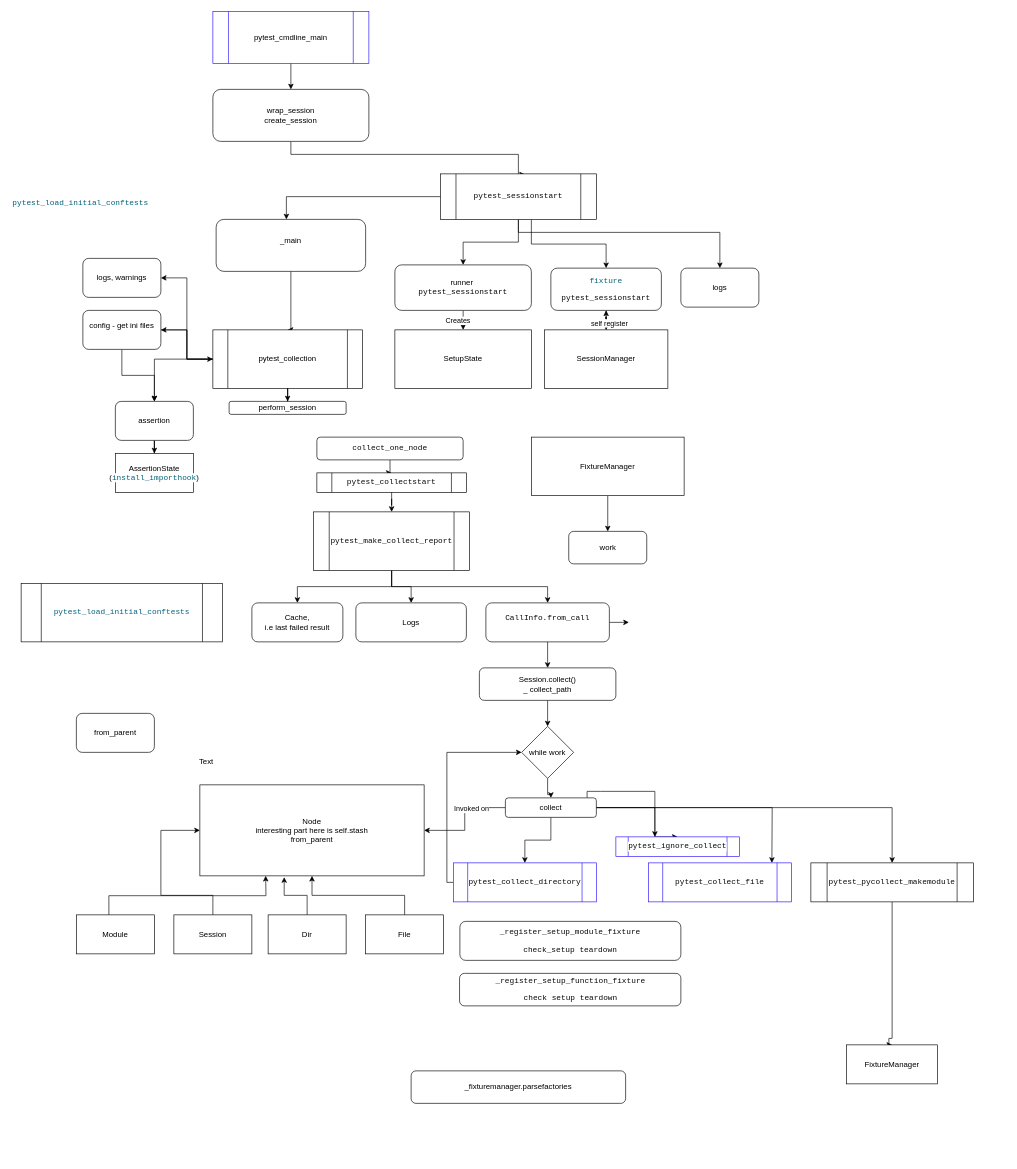
Above: Диаграмма без названия.drawio in Tusenka/test (draw.io), before the change. Source tidied: cells renumbered, new cells numbered last; positions are measured from the earlier drawing's top-left corner, leaving out a move shared by most shapes. Both pictures are drawn from the tidied source at 65%, with x=0, y=0 at pixel (11, 11).
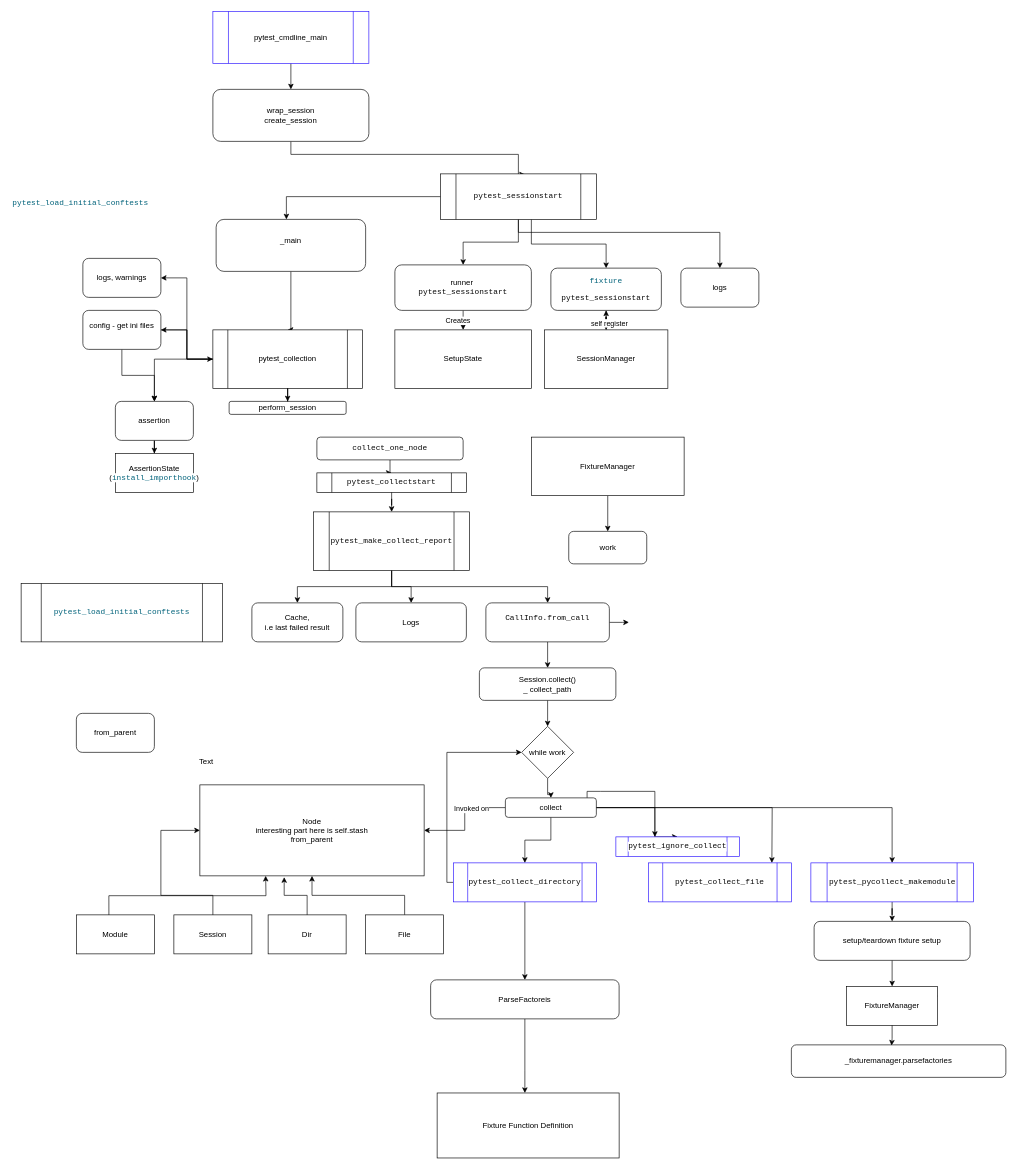
The same page after the edit.

Unchanged cells that the change refers to:
```xml
<mxCell id="60" value="&lt;div style=&quot;background-color:#ffffff;color:#080808&quot;&gt;&lt;pre style=&quot;font-family:'JetBrains Mono',monospace;font-size:9,0pt;&quot;&gt;pytest_collect_directory&lt;/pre&gt;&lt;/div&gt;" style="shape=process;whiteSpace=wrap;html=1;backgroundOutline=1;strokeColor=#2911FF;" parent="1" vertex="1">
  <mxGeometry x="680" y="1310" width="220" height="60" as="geometry" />
</mxCell>
```

Diff of the diagram source:
```diff
@@
+    <mxCell id="87" style="edgeStyle=orthogonalEdgeStyle;rounded=0;jettySize=auto;html=1;entryX=0.5;entryY=0;entryDx=0;entryDy=0;" parent="1" edge="1" source="60" target="93">
+      <mxGeometry relative="1" as="geometry" />
+    </mxCell>
@@
-    <mxCell id="80" style="edgeStyle=orthogonalEdgeStyle;rounded=0;jettySize=auto;html=1;entryX=0.5;entryY=0;entryDx=0;entryDy=0;" parent="1" edge="1" source="81" target="83">
-      <mxGeometry relative="1" as="geometry">
-        <Array as="points">
-          <mxPoint x="1355" y="1580" />
-          <mxPoint x="1350" y="1580" />
-        </Array>
-      </mxGeometry>
-    </mxCell>
+    <mxCell id="88" style="edgeStyle=orthogonalEdgeStyle;rounded=0;jettySize=auto;html=1;entryX=0.5;entryY=0;entryDx=0;entryDy=0;" parent="1" edge="1" source="81" target="91">
+      <mxGeometry relative="1" as="geometry" />
+    </mxCell>
-    <mxCell id="81" value="&lt;div style=&quot;background-color:#ffffff;color:#080808&quot;&gt;&lt;pre style=&quot;font-family:'JetBrains Mono',monospace;font-size:9,0pt;&quot;&gt;pytest_pycollect_makemodule&lt;/pre&gt;&lt;/div&gt;" style="shape=process;whiteSpace=wrap;html=1;backgroundOutline=1;" parent="1" vertex="1">
+    <mxCell id="81" value="&lt;div style=&quot;background-color:#ffffff;color:#080808&quot;&gt;&lt;pre style=&quot;font-family:'JetBrains Mono',monospace;font-size:9,0pt;&quot;&gt;pytest_pycollect_makemodule&lt;/pre&gt;&lt;/div&gt;" style="shape=process;html=1;backgroundOutline=1;strokeColor=#2911FF;" parent="1" vertex="1">
       <mxGeometry x="1230" y="1310" width="250" height="60" as="geometry" />
     </mxCell>
@@
+    <mxCell id="89" style="edgeStyle=orthogonalEdgeStyle;rounded=0;jettySize=auto;html=1;exitX=1;exitY=0.25;exitDx=0;exitDy=0;" parent="1" edge="1" source="83">
+      <mxGeometry relative="1" as="geometry">
+        <mxPoint x="1420" y="1530" as="targetPoint" />
+      </mxGeometry>
+    </mxCell>
     <mxCell id="83" value="FixtureManager" style="rounded=0;whiteSpace=wrap;html=1;" parent="1" vertex="1">
-      <mxGeometry x="1285" y="1590" width="140" height="60" as="geometry" />
+      <mxGeometry x="1285" y="1500" width="140" height="60" as="geometry" />
     </mxCell>
-    <mxCell id="84" value="&lt;div style=&quot;background-color: rgb(255, 255, 255); color: rgb(8, 8, 8);&quot;&gt;&lt;pre style=&quot;font-family:'JetBrains Mono',monospace;font-size:9,0pt;&quot;&gt;_register_setup_module_fixture&lt;/pre&gt;&lt;pre style=&quot;font-family:'JetBrains Mono',monospace;font-size:9,0pt;&quot;&gt;check_setup teardown&lt;/pre&gt;&lt;/div&gt;" style="rounded=1;whiteSpace=wrap;html=1;" parent="1" vertex="1">
-      <mxGeometry x="690" y="1400" width="340" height="60" as="geometry" />
-    </mxCell>
-    <mxCell id="85" value="&lt;div style=&quot;background-color: rgb(255, 255, 255); color: rgb(8, 8, 8);&quot;&gt;&lt;pre style=&quot;font-family:'JetBrains Mono',monospace;font-size:9,0pt;&quot;&gt;_register_setup_function_fixture&lt;/pre&gt;&lt;pre style=&quot;font-family:'JetBrains Mono',monospace;font-size:9,0pt;&quot;&gt;check setup teardown&lt;/pre&gt;&lt;/div&gt;" style="rounded=1;whiteSpace=wrap;html=1;" parent="1" vertex="1">
-      <mxGeometry x="689.5" y="1480" width="340.5" height="50" as="geometry" />
-    </mxCell>
     <mxCell id="86" value="_fixturemanager.parsefactories" style="rounded=1;whiteSpace=wrap;html=1;" parent="1" vertex="1">
-      <mxGeometry x="615" y="1630" width="330" height="50" as="geometry" />
+      <mxGeometry x="1200" y="1590" width="330" height="50" as="geometry" />
     </mxCell>
+    <mxCell id="90" style="edgeStyle=orthogonalEdgeStyle;rounded=0;jettySize=auto;html=1;entryX=0.5;entryY=0;entryDx=0;entryDy=0;" parent="1" edge="1" source="91" target="83">
+      <mxGeometry relative="1" as="geometry" />
+    </mxCell>
+    <mxCell id="91" value="setup/teardown fixture setup" style="rounded=1;whiteSpace=wrap;html=1;" parent="1" vertex="1">
+      <mxGeometry x="1235" y="1400" width="240" height="60" as="geometry" />
+    </mxCell>
+    <mxCell id="92" style="edgeStyle=orthogonalEdgeStyle;rounded=0;jettySize=auto;html=1;" parent="1" edge="1" source="93" target="95">
+      <mxGeometry relative="1" as="geometry">
+        <Array as="points">
+          <mxPoint x="790" y="1630" />
+          <mxPoint x="790" y="1630" />
+        </Array>
+      </mxGeometry>
+    </mxCell>
+    <mxCell id="93" value="ParseFactoreis" style="rounded=1;whiteSpace=wrap;html=1;" parent="1" vertex="1">
+      <mxGeometry x="645" y="1490" width="290" height="60" as="geometry" />
+    </mxCell>
+    <mxCell id="94" style="edgeStyle=orthogonalEdgeStyle;rounded=0;jettySize=auto;html=1;entryX=0.467;entryY=0.02;entryDx=0;entryDy=0;entryPerimeter=0;" parent="1" edge="1" source="83" target="86">
+      <mxGeometry relative="1" as="geometry" />
+    </mxCell>
+    <mxCell id="95" value="Fixture Function Definition" style="rounded=0;whiteSpace=wrap;html=1;" parent="1" vertex="1">
+      <mxGeometry x="655" y="1664" width="280" height="100" as="geometry" />
+    </mxCell>
```
